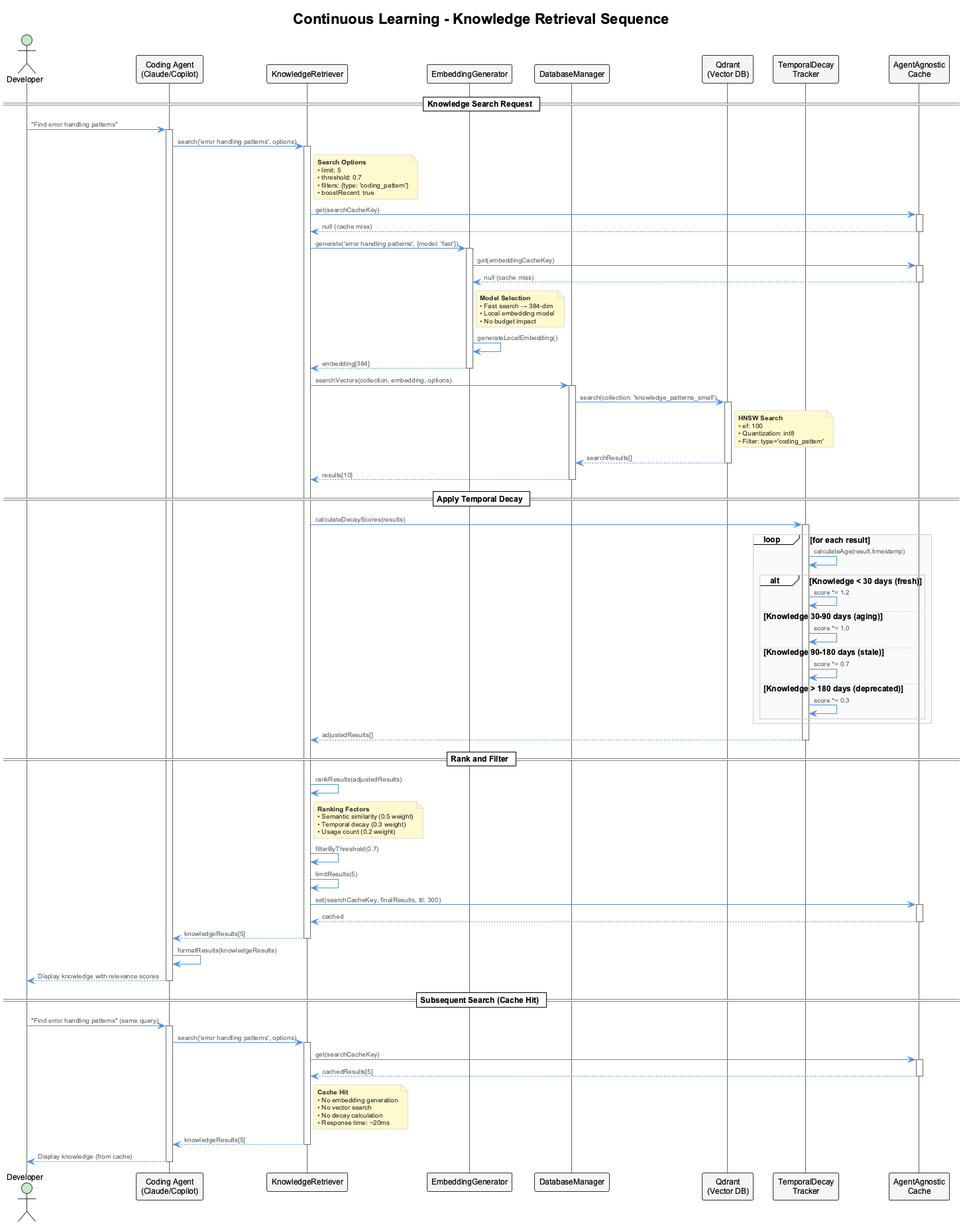
Before: docs/images/continuous-learning-sequence-retrieval.png, a diagram exported from PlantUML (fwornle/coding).
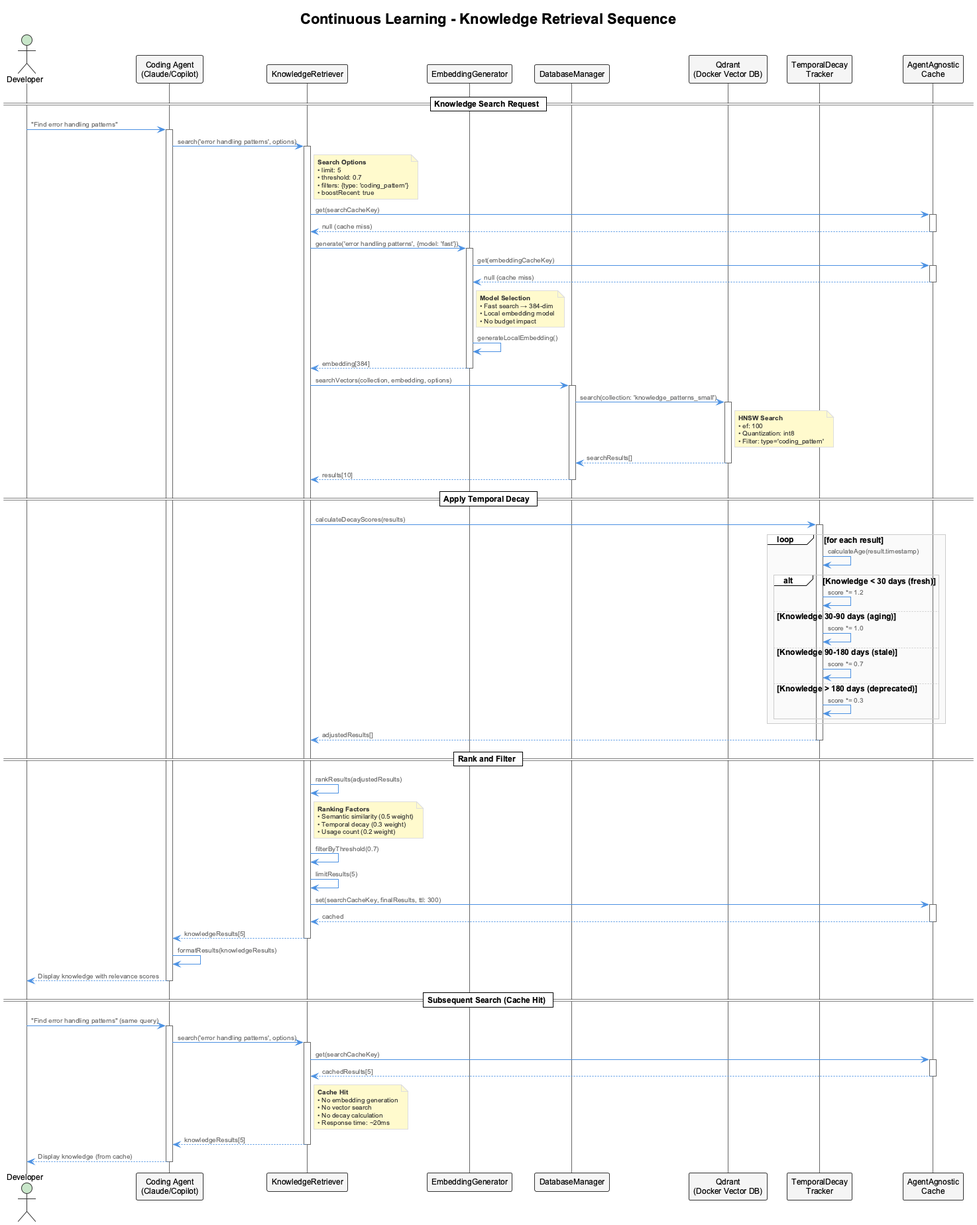
The same file after the commit.

What changed in the source:
```diff
@@ -8,7 +8,7 @@
 participant "KnowledgeRetriever" as Retriever
 participant "EmbeddingGenerator" as EmbedGen
 participant "DatabaseManager" as DB
-participant "Qdrant\n(Vector DB)" as Qdrant
+participant "Qdrant\n(Docker Vector DB)" as Qdrant
 participant "TemporalDecay\nTracker" as Decay
 participant "AgentAgnostic\nCache" as Cache
 
```
